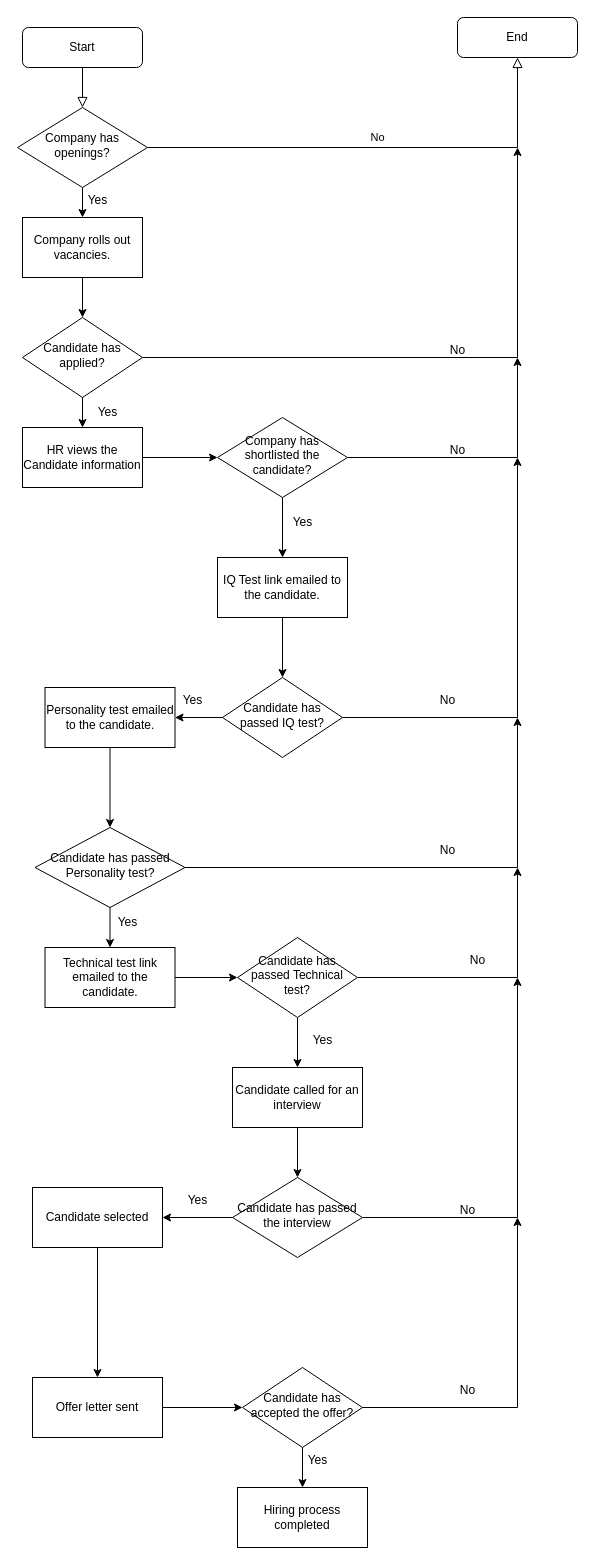
Earlier version of the draw.io diagram hiring process.drawio (ashar0800/sqafiles). Source tidied: cells renumbered, new cells numbered last; positions are measured from the earlier drawing's top-left corner, leaving out a move shared by most shapes. Both pictures are drawn from the tidied source at 100%, with x=0, y=0 at pixel (17, 17).
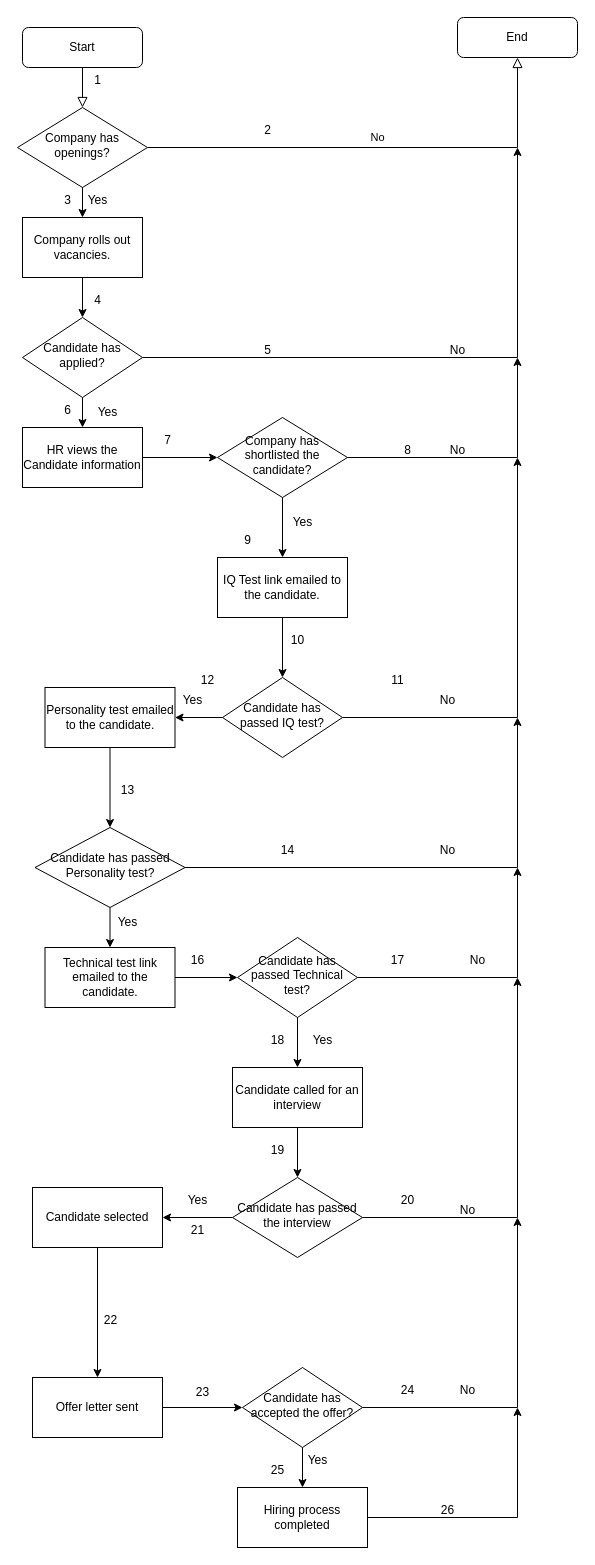
Above is the later version.

The change refers to these unchanged cells:
```xml
<mxCell id="59" value="Hiring process completed" style="rounded=0;whiteSpace=wrap;html=1;" parent="1" vertex="1">
  <mxGeometry x="220" y="1470" width="130" height="60" as="geometry" />
</mxCell>
```

Change to the diagram source:
```diff
@@
+    <mxCell id="62" style="endArrow=classic;html=1;rounded=0;exitX=1;exitY=0.5;exitDx=0;exitDy=0;" parent="1" edge="1" source="59">
+      <mxGeometry relative="1" as="geometry">
+        <mxPoint x="500" y="1390" as="targetPoint" />
+        <Array as="points">
+          <mxPoint x="500" y="1500" />
+        </Array>
+      </mxGeometry>
+    </mxCell>
+    <mxCell id="63" value="11" style="text;html=1;align=center;verticalAlign=middle;strokeColor=none;fillColor=none;" parent="1" vertex="1">
+      <mxGeometry x="360" y="648" width="40" height="30" as="geometry" />
+    </mxCell>
+    <mxCell id="64" value="12" style="text;html=1;align=center;verticalAlign=middle;strokeColor=none;fillColor=none;" parent="1" vertex="1">
+      <mxGeometry x="170" y="648" width="40" height="30" as="geometry" />
+    </mxCell>
+    <mxCell id="65" value="10" style="text;html=1;align=center;verticalAlign=middle;strokeColor=none;fillColor=none;" parent="1" vertex="1">
+      <mxGeometry x="260" y="608" width="40" height="30" as="geometry" />
+    </mxCell>
+    <mxCell id="66" value="13" style="text;html=1;align=center;verticalAlign=middle;strokeColor=none;fillColor=none;" parent="1" vertex="1">
+      <mxGeometry x="90" y="758" width="40" height="30" as="geometry" />
+    </mxCell>
+    <mxCell id="67" value="14" style="text;html=1;align=center;verticalAlign=middle;strokeColor=none;fillColor=none;" parent="1" vertex="1">
+      <mxGeometry x="250" y="818" width="40" height="30" as="geometry" />
+    </mxCell>
+    <mxCell id="68" value="16" style="text;html=1;align=center;verticalAlign=middle;strokeColor=none;fillColor=none;" parent="1" vertex="1">
+      <mxGeometry x="160" y="928" width="40" height="30" as="geometry" />
+    </mxCell>
+    <mxCell id="69" value="17" style="text;html=1;align=center;verticalAlign=middle;strokeColor=none;fillColor=none;" parent="1" vertex="1">
+      <mxGeometry x="360" y="928" width="40" height="30" as="geometry" />
+    </mxCell>
+    <mxCell id="70" value="18" style="text;html=1;align=center;verticalAlign=middle;strokeColor=none;fillColor=none;" parent="1" vertex="1">
+      <mxGeometry x="240" y="1008" width="40" height="30" as="geometry" />
+    </mxCell>
+    <mxCell id="71" value="19" style="text;html=1;align=center;verticalAlign=middle;strokeColor=none;fillColor=none;" parent="1" vertex="1">
+      <mxGeometry x="240" y="1118" width="40" height="30" as="geometry" />
+    </mxCell>
+    <mxCell id="72" value="20" style="text;html=1;align=center;verticalAlign=middle;strokeColor=none;fillColor=none;" parent="1" vertex="1">
+      <mxGeometry x="370" y="1168" width="40" height="30" as="geometry" />
+    </mxCell>
+    <mxCell id="73" value="21" style="text;html=1;align=center;verticalAlign=middle;strokeColor=none;fillColor=none;" parent="1" vertex="1">
+      <mxGeometry x="160" y="1198" width="40" height="30" as="geometry" />
+    </mxCell>
+    <mxCell id="74" value="22" style="text;html=1;align=center;verticalAlign=middle;strokeColor=none;fillColor=none;" parent="1" vertex="1">
+      <mxGeometry x="72.5" y="1288" width="40" height="30" as="geometry" />
+    </mxCell>
+    <mxCell id="75" value="23" style="text;html=1;align=center;verticalAlign=middle;strokeColor=none;fillColor=none;" parent="1" vertex="1">
+      <mxGeometry x="165" y="1360" width="40" height="30" as="geometry" />
+    </mxCell>
+    <mxCell id="76" value="24" style="text;html=1;align=center;verticalAlign=middle;strokeColor=none;fillColor=none;" parent="1" vertex="1">
+      <mxGeometry x="370" y="1358" width="40" height="30" as="geometry" />
+    </mxCell>
+    <mxCell id="77" value="25" style="text;html=1;align=center;verticalAlign=middle;strokeColor=none;fillColor=none;" parent="1" vertex="1">
+      <mxGeometry x="240" y="1438" width="40" height="30" as="geometry" />
+    </mxCell>
+    <mxCell id="78" value="26" style="text;html=1;align=center;verticalAlign=middle;strokeColor=none;fillColor=none;" parent="1" vertex="1">
+      <mxGeometry x="410" y="1478" width="40" height="30" as="geometry" />
+    </mxCell>
+    <mxCell id="79" value="9" style="text;html=1;align=center;verticalAlign=middle;strokeColor=none;fillColor=none;" parent="1" vertex="1">
+      <mxGeometry x="215" y="508" width="30" height="30" as="geometry" />
+    </mxCell>
+    <mxCell id="80" value="8" style="text;html=1;align=center;verticalAlign=middle;strokeColor=none;fillColor=none;" parent="1" vertex="1">
+      <mxGeometry x="375" y="418" width="30" height="30" as="geometry" />
+    </mxCell>
+    <mxCell id="81" value="7" style="text;html=1;align=center;verticalAlign=middle;strokeColor=none;fillColor=none;" parent="1" vertex="1">
+      <mxGeometry x="135" y="408" width="30" height="30" as="geometry" />
+    </mxCell>
+    <mxCell id="82" value="6" style="text;html=1;align=center;verticalAlign=middle;strokeColor=none;fillColor=none;" parent="1" vertex="1">
+      <mxGeometry x="35" y="378" width="30" height="30" as="geometry" />
+    </mxCell>
+    <mxCell id="83" value="5" style="text;html=1;align=center;verticalAlign=middle;strokeColor=none;fillColor=none;" parent="1" vertex="1">
+      <mxGeometry x="235" y="318" width="30" height="30" as="geometry" />
+    </mxCell>
+    <mxCell id="84" value="4" style="text;html=1;align=center;verticalAlign=middle;strokeColor=none;fillColor=none;" parent="1" vertex="1">
+      <mxGeometry x="65" y="268" width="30" height="30" as="geometry" />
+    </mxCell>
+    <mxCell id="85" value="3" style="text;html=1;align=center;verticalAlign=middle;strokeColor=none;fillColor=none;" parent="1" vertex="1">
+      <mxGeometry x="35" y="168" width="30" height="30" as="geometry" />
+    </mxCell>
+    <mxCell id="86" value="2" style="text;html=1;align=center;verticalAlign=middle;strokeColor=none;fillColor=none;" parent="1" vertex="1">
+      <mxGeometry x="235" y="98" width="30" height="30" as="geometry" />
+    </mxCell>
+    <mxCell id="87" value="1" style="text;html=1;align=center;verticalAlign=middle;strokeColor=none;fillColor=none;" parent="1" vertex="1">
+      <mxGeometry x="65" y="48" width="30" height="30" as="geometry" />
+    </mxCell>
```
